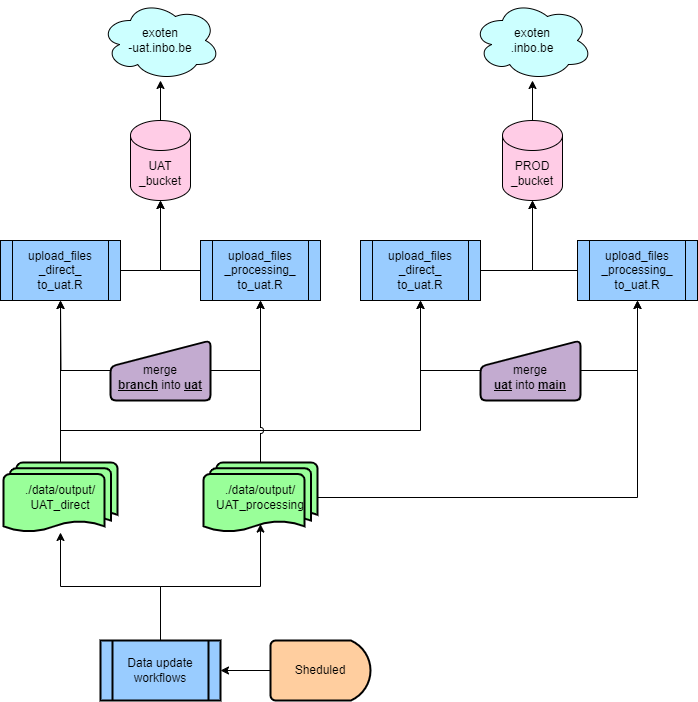
Above: docs/aspbo_flows-upload_files.drawio.png in inbo/aspbo (draw.io), before the change. Source tidied: cells renumbered, new cells last; positions are measured from the earlier drawing's top-left corner, leaving out a move shared by most shapes. Its diagram source:
```xml
<mxGraphModel>
  <root>
    <mxCell id="0" />
    <mxCell id="1" parent="0" />
    <mxCell id="2" value="upload_files&lt;br&gt;_direct_&lt;div&gt;to_uat.R&lt;/div&gt;" style="shape=process;whiteSpace=wrap;html=1;backgroundOutline=1;fillColor=#99CCFF;" parent="1" vertex="1">
      <mxGeometry y="240" width="120" height="60" as="geometry" />
    </mxCell>
    <mxCell id="3" value="upload_files&lt;br&gt;_processing_&lt;div&gt;to_uat.R&lt;/div&gt;" style="shape=process;whiteSpace=wrap;html=1;backgroundOutline=1;fillColor=#99CCFF;" parent="1" vertex="1">
      <mxGeometry x="200" y="240" width="120" height="60" as="geometry" />
    </mxCell>
    <mxCell id="4" style="edgeStyle=orthogonalEdgeStyle;rounded=0;jettySize=auto;html=1;" parent="1" edge="1" source="5" target="10">
      <mxGeometry relative="1" as="geometry" />
    </mxCell>
    <mxCell id="5" value="UAT&lt;br&gt;_bucket" style="shape=cylinder3;whiteSpace=wrap;html=1;boundedLbl=1;backgroundOutline=1;size=15;fillColor=#FFCCE6;" parent="1" vertex="1">
      <mxGeometry x="130" y="120" width="60" height="80" as="geometry" />
    </mxCell>
    <mxCell id="6" style="edgeStyle=orthogonalEdgeStyle;rounded=0;jettySize=auto;html=1;entryX=0.5;entryY=1;entryDx=0;entryDy=0;entryPerimeter=0;" parent="1" edge="1" source="2" target="5">
      <mxGeometry relative="1" as="geometry" />
    </mxCell>
    <mxCell id="7" style="edgeStyle=orthogonalEdgeStyle;rounded=0;jettySize=auto;html=1;entryX=0.5;entryY=1;entryDx=0;entryDy=0;entryPerimeter=0;" parent="1" edge="1" source="3" target="5">
      <mxGeometry relative="1" as="geometry" />
    </mxCell>
    <mxCell id="8" style="edgeStyle=orthogonalEdgeStyle;rounded=0;jettySize=auto;html=1;" parent="1" edge="1" source="9" target="11">
      <mxGeometry relative="1" as="geometry" />
    </mxCell>
    <mxCell id="9" value="PROD&lt;br&gt;_bucket" style="shape=cylinder3;whiteSpace=wrap;html=1;boundedLbl=1;backgroundOutline=1;size=15;fillColor=#FFCCE6;" parent="1" vertex="1">
      <mxGeometry x="502" y="120" width="60" height="80" as="geometry" />
    </mxCell>
    <mxCell id="10" value="exoten&lt;div&gt;-uat.inbo.be&lt;/div&gt;" style="ellipse;shape=cloud;whiteSpace=wrap;html=1;fillColor=#CCFFFF;" parent="1" vertex="1">
      <mxGeometry x="100" width="120" height="80" as="geometry" />
    </mxCell>
    <mxCell id="11" value="exoten&lt;br&gt;.inbo.be" style="ellipse;shape=cloud;whiteSpace=wrap;html=1;fillColor=#CCFFFF;" parent="1" vertex="1">
      <mxGeometry x="472" width="120" height="80" as="geometry" />
    </mxCell>
    <mxCell id="12" style="edgeStyle=orthogonalEdgeStyle;rounded=0;jettySize=auto;html=1;entryX=0.5;entryY=1;entryDx=0;entryDy=0;" parent="1" edge="1" source="14" target="29">
      <mxGeometry relative="1" as="geometry">
        <Array as="points">
          <mxPoint x="420" y="370" />
        </Array>
      </mxGeometry>
    </mxCell>
    <mxCell id="13" style="edgeStyle=orthogonalEdgeStyle;rounded=0;jettySize=auto;html=1;entryX=0.5;entryY=1;entryDx=0;entryDy=0;" parent="1" edge="1" source="14" target="31">
      <mxGeometry relative="1" as="geometry">
        <Array as="points">
          <mxPoint x="637" y="370" />
        </Array>
      </mxGeometry>
    </mxCell>
    <mxCell id="14" value="&lt;br&gt;merge &lt;b&gt;&lt;u&gt;uat&lt;/u&gt;&lt;/b&gt;&amp;nbsp;into&amp;nbsp;&lt;b&gt;&lt;u&gt;main&lt;/u&gt;&lt;/b&gt;" style="html=1;strokeWidth=2;shape=manualInput;whiteSpace=wrap;rounded=1;size=26;arcSize=11;fillColor=#C3ABD0;" parent="1" vertex="1">
      <mxGeometry x="480" y="340" width="100" height="60" as="geometry" />
    </mxCell>
    <mxCell id="15" style="edgeStyle=orthogonalEdgeStyle;rounded=0;jettySize=auto;html=1;" parent="1" edge="1" source="17" target="2">
      <mxGeometry relative="1" as="geometry" />
    </mxCell>
    <mxCell id="16" style="edgeStyle=orthogonalEdgeStyle;rounded=0;jettySize=auto;html=1;entryX=0.5;entryY=1;entryDx=0;entryDy=0;jumpStyle=arc;" parent="1" edge="1" source="17" target="29">
      <mxGeometry relative="1" as="geometry">
        <Array as="points">
          <mxPoint x="60" y="430" />
          <mxPoint x="420" y="430" />
        </Array>
      </mxGeometry>
    </mxCell>
    <mxCell id="17" value="./data/output/&lt;br&gt;UAT_direct" style="strokeWidth=2;html=1;shape=mxgraph.flowchart.multi-document;whiteSpace=wrap;fillColor=#99FF99;" parent="1" vertex="1">
      <mxGeometry x="3" y="462" width="114" height="70" as="geometry" />
    </mxCell>
    <mxCell id="18" style="edgeStyle=orthogonalEdgeStyle;rounded=0;jettySize=auto;html=1;jumpStyle=arc;" parent="1" edge="1" source="20" target="3">
      <mxGeometry relative="1" as="geometry" />
    </mxCell>
    <mxCell id="19" style="edgeStyle=orthogonalEdgeStyle;rounded=0;jettySize=auto;html=1;entryX=0.5;entryY=1;entryDx=0;entryDy=0;" parent="1" edge="1" source="20" target="31">
      <mxGeometry relative="1" as="geometry" />
    </mxCell>
    <mxCell id="20" value="./data/output/&lt;br&gt;UAT_processing" style="strokeWidth=2;html=1;shape=mxgraph.flowchart.multi-document;whiteSpace=wrap;fillColor=#99FF99;" parent="1" vertex="1">
      <mxGeometry x="203" y="462" width="114" height="70" as="geometry" />
    </mxCell>
    <mxCell id="21" style="edgeStyle=orthogonalEdgeStyle;rounded=0;jettySize=auto;html=1;exitX=1;exitY=0.5;exitDx=0;exitDy=0;entryX=0.5;entryY=1;entryDx=0;entryDy=0;" parent="1" edge="1" source="23" target="3">
      <mxGeometry relative="1" as="geometry" />
    </mxCell>
    <mxCell id="22" style="edgeStyle=orthogonalEdgeStyle;rounded=0;jettySize=auto;html=1;" parent="1" edge="1" source="23">
      <mxGeometry relative="1" as="geometry">
        <mxPoint x="60" y="300" as="targetPoint" />
      </mxGeometry>
    </mxCell>
    <mxCell id="23" value="&lt;br&gt;merge &lt;b&gt;&lt;u&gt;branch&lt;/u&gt;&lt;/b&gt;&amp;nbsp;into &lt;b&gt;&lt;u&gt;uat&lt;/u&gt;&lt;/b&gt;" style="html=1;strokeWidth=2;shape=manualInput;whiteSpace=wrap;rounded=1;size=26;arcSize=11;fillColor=#C3ABD0;" parent="1" vertex="1">
      <mxGeometry x="110" y="340" width="100" height="60" as="geometry" />
    </mxCell>
    <mxCell id="24" style="edgeStyle=orthogonalEdgeStyle;rounded=0;jettySize=auto;html=1;" parent="1" edge="1" source="25" target="17">
      <mxGeometry relative="1" as="geometry" />
    </mxCell>
    <mxCell id="25" value="Data update workflows" style="shape=process;whiteSpace=wrap;html=1;backgroundOutline=1;strokeWidth=2;fillColor=#99CCFF;" parent="1" vertex="1">
      <mxGeometry x="100" y="640" width="120" height="60" as="geometry" />
    </mxCell>
    <mxCell id="26" style="edgeStyle=orthogonalEdgeStyle;rounded=0;jettySize=auto;html=1;entryX=0.5;entryY=0.88;entryDx=0;entryDy=0;entryPerimeter=0;" parent="1" edge="1" source="25" target="20">
      <mxGeometry relative="1" as="geometry" />
    </mxCell>
    <mxCell id="27" style="edgeStyle=orthogonalEdgeStyle;rounded=0;jettySize=auto;html=1;entryX=1;entryY=0.5;entryDx=0;entryDy=0;" parent="1" edge="1" source="28" target="25">
      <mxGeometry relative="1" as="geometry" />
    </mxCell>
    <mxCell id="28" value="Sheduled" style="strokeWidth=2;html=1;shape=mxgraph.flowchart.delay;whiteSpace=wrap;fillColor=#FFCE9F;" parent="1" vertex="1">
      <mxGeometry x="270" y="640" width="100" height="60" as="geometry" />
    </mxCell>
    <mxCell id="29" value="upload_files&lt;br&gt;_direct_&lt;div&gt;to_uat.R&lt;/div&gt;" style="shape=process;whiteSpace=wrap;html=1;backgroundOutline=1;fillColor=#99CCFF;" parent="1" vertex="1">
      <mxGeometry x="360" y="240" width="120" height="60" as="geometry" />
    </mxCell>
    <mxCell id="30" style="edgeStyle=orthogonalEdgeStyle;rounded=0;jettySize=auto;html=1;" parent="1" edge="1" source="31" target="9">
      <mxGeometry relative="1" as="geometry" />
    </mxCell>
    <mxCell id="31" value="upload_files&lt;br&gt;_processing_&lt;div&gt;to_uat.R&lt;/div&gt;" style="shape=process;whiteSpace=wrap;html=1;backgroundOutline=1;fillColor=#99CCFF;" parent="1" vertex="1">
      <mxGeometry x="577" y="240" width="120" height="60" as="geometry" />
    </mxCell>
    <mxCell id="32" style="edgeStyle=orthogonalEdgeStyle;rounded=0;jettySize=auto;html=1;entryX=0.5;entryY=1;entryDx=0;entryDy=0;entryPerimeter=0;" parent="1" edge="1" source="29" target="9">
      <mxGeometry relative="1" as="geometry" />
    </mxCell>
  </root>
</mxGraphModel>
```
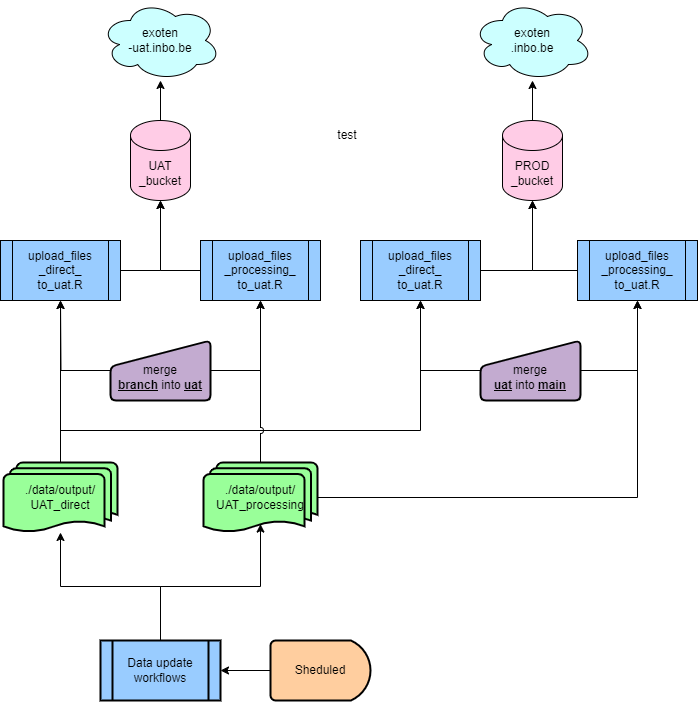
Above is the later version.

The edit, as a diff of the source:
```diff
@@ -110,5 +110,8 @@
     <mxCell id="32" style="edgeStyle=orthogonalEdgeStyle;rounded=0;jettySize=auto;html=1;entryX=0.5;entryY=1;entryDx=0;entryDy=0;entryPerimeter=0;" parent="1" edge="1" source="29" target="9">
       <mxGeometry relative="1" as="geometry" />
     </mxCell>
+    <mxCell id="33" value="test" style="text;html=1;align=center;verticalAlign=middle;whiteSpace=wrap;rounded=0;" parent="1" vertex="1">
+      <mxGeometry x="317" y="120" width="60" height="30" as="geometry" />
+    </mxCell>
   </root>
 </mxGraphModel>
```
